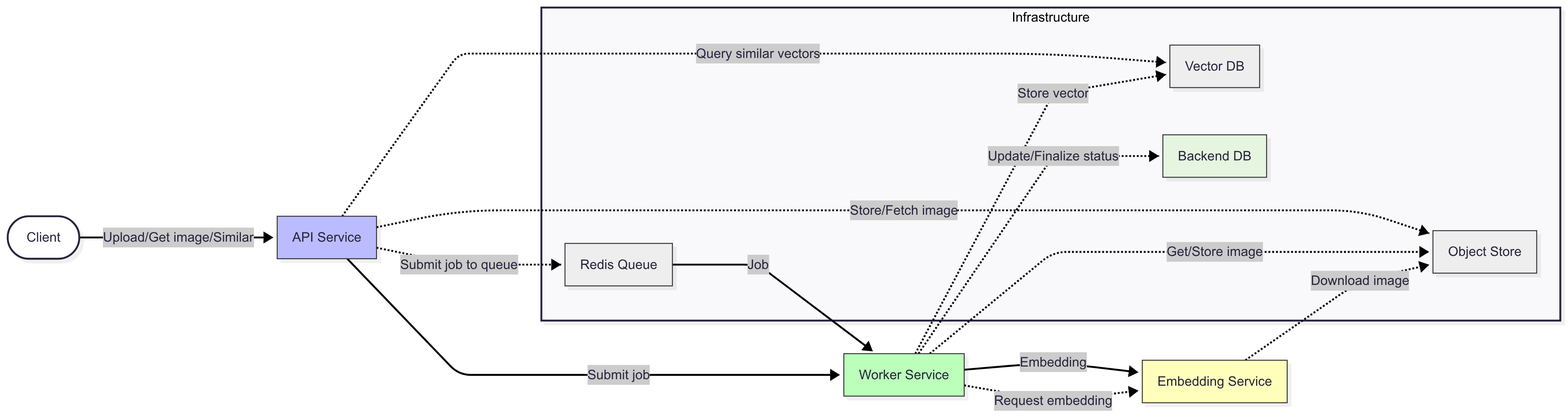
The Mermaid diagram docs/sources/architecture/architecture_diagram.png in Nullpoint56/SmartImageAlbum, before a commit. Its source is kept beside it as docs/sources/architecture/architecture_diagram.mmd. The source it was exported from:
```mermaid
flowchart LR
  Client([Client])
  API["API Service"]
  WORKER["Worker Service"]
  EMBED["Embedding Service"]

  subgraph INFRASTRUCTURE["Infrastructure"]
    direction LR
    OBJ_STORE["Object Store"]
    VECTOR_DB["Vector DB"]
    REDIS["Redis Queue"]
    APP_DB["Backend DB"]
  end

  Client -->|Upload/Get image/Similar| API
  API -->|Submit job| WORKER
  WORKER -->|Embedding| EMBED

  API -.->|Store/Fetch image| OBJ_STORE
  API -.->|Query similar vectors| VECTOR_DB

  API -.->|Submit job to queue| REDIS

  WORKER -.->|Store vector| VECTOR_DB
  WORKER -.->|Update/Finalize status| APP_DB
  WORKER -.->|Get/Store image| OBJ_STORE
  WORKER -.->|Request embedding| EMBED

  EMBED -.->|Download image| OBJ_STORE

  REDIS -->|Job| WORKER

  style API fill:#bbf,stroke:#333,stroke-width:1px
  style WORKER fill:#bfb,stroke:#333,stroke-width:1px
  style EMBED fill:#ffb,stroke:#333,stroke-width:1px
  style OBJ_STORE fill:#eee,stroke:#333,stroke-width:1px
  style VECTOR_DB fill:#eee,stroke:#333,stroke-width:1px
  style REDIS fill:#eee,stroke:#333,stroke-width:1px
  style APP_DB fill:#e5f5e0,stroke:#333,stroke-width:1px
```
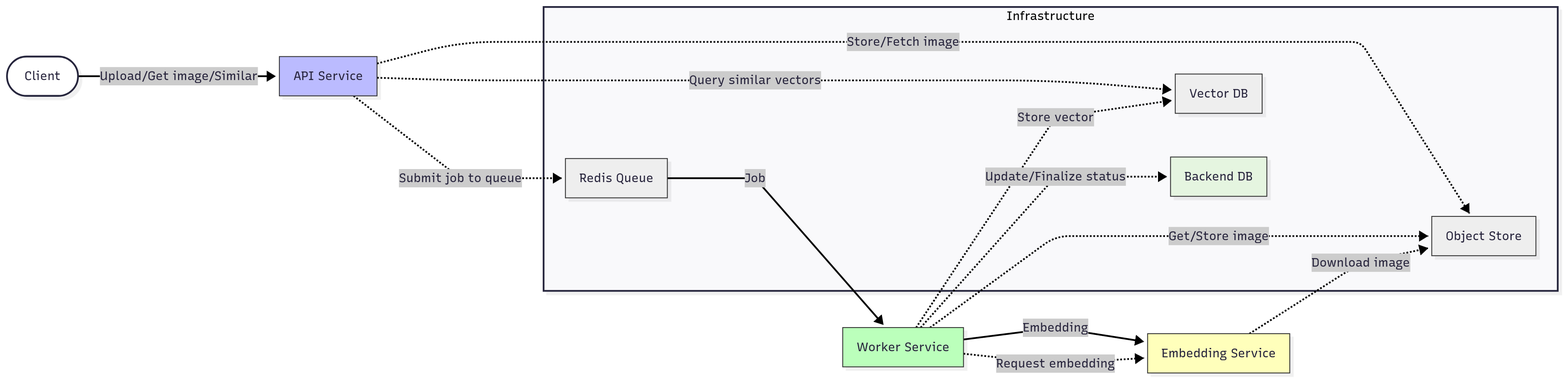
After the change.

Change to the diagram source:
```diff
@@ -13,7 +13,6 @@
   end
 
   Client -->|Upload/Get image/Similar| API
-  API -->|Submit job| WORKER
   WORKER -->|Embedding| EMBED
 
   API -.->|Store/Fetch image| OBJ_STORE
```
